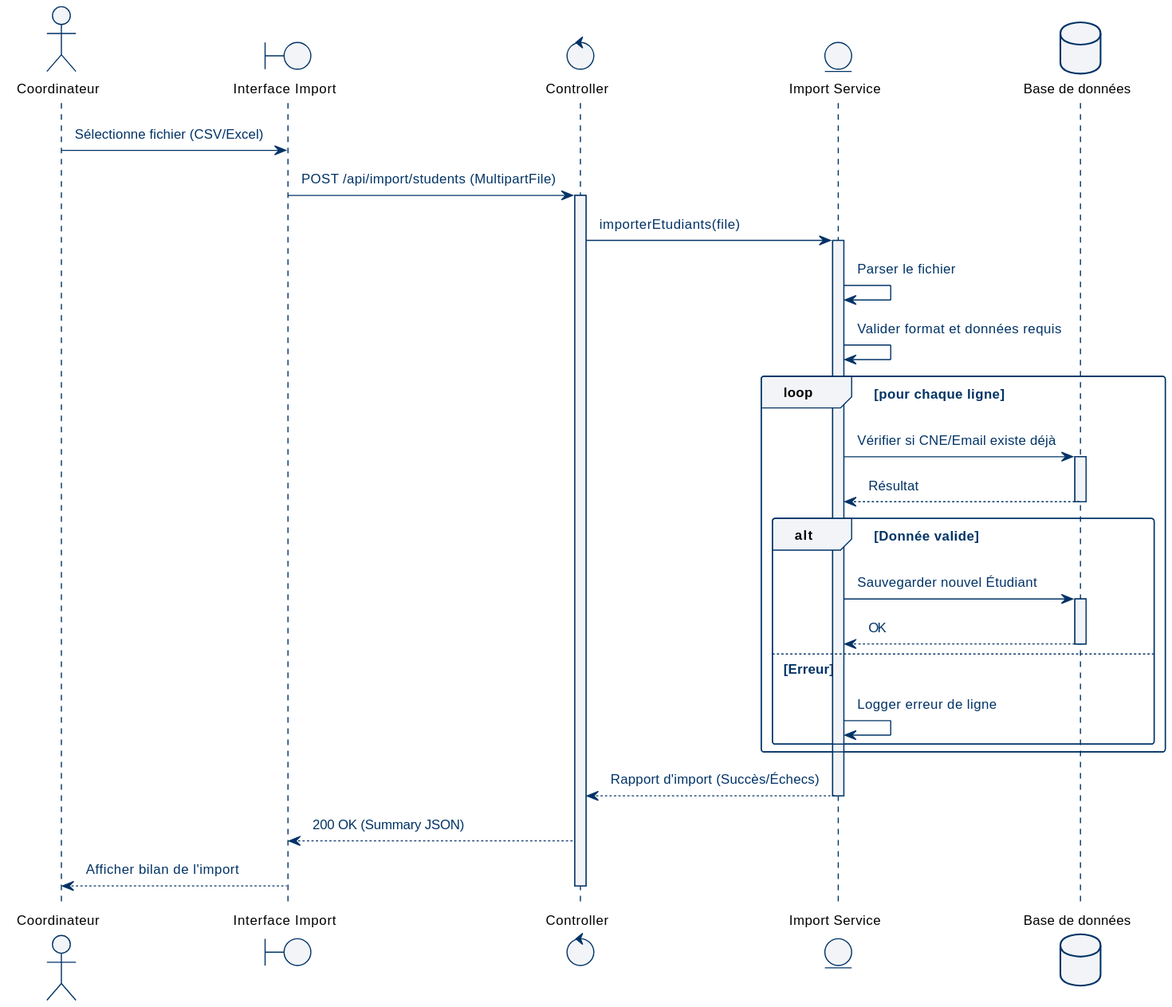
The PlantUML diagram docs/diagrams/svg/seq_import_data.svg in abdelaziz-ebourki/system-gestion-soutenance, before a commit.
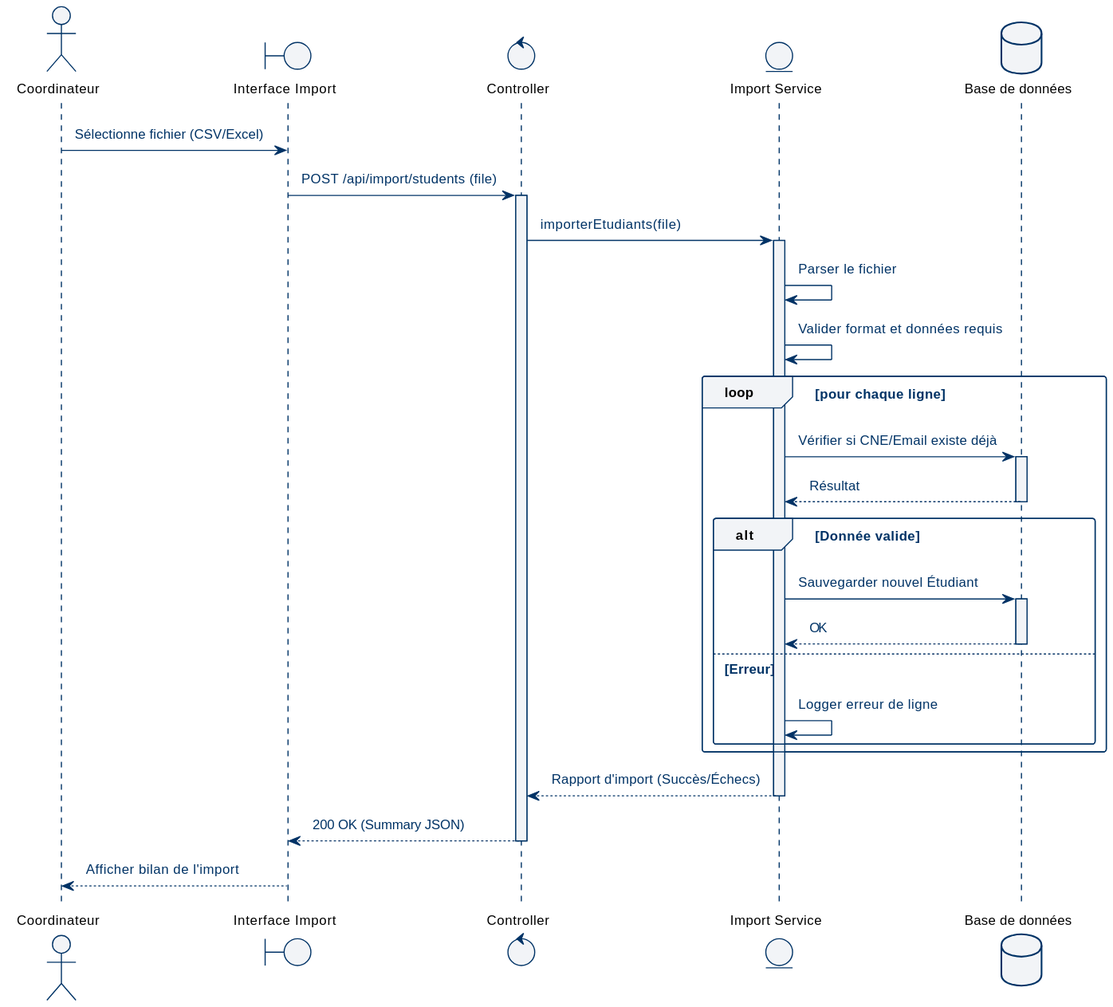
After the commit.

Diff of the diagram source:
```diff
@@ -8,7 +8,7 @@
 database "Base de données" as DB
 
 Coord -> Front : Sélectionne fichier (CSV/Excel)
-Front -> Controller : POST /api/import/students (MultipartFile)
+Front -> Controller : POST /api/import/students (file)
 activate Controller
 
 Controller -> Service : importerEtudiants(file)
@@ -37,6 +37,7 @@
 deactivate Service
 
 Controller --> Front : 200 OK (Summary JSON)
+deactivate Controller
+
 Front --> Coord : Afficher bilan de l'import
-deactivate Controller
 @enduml
```
